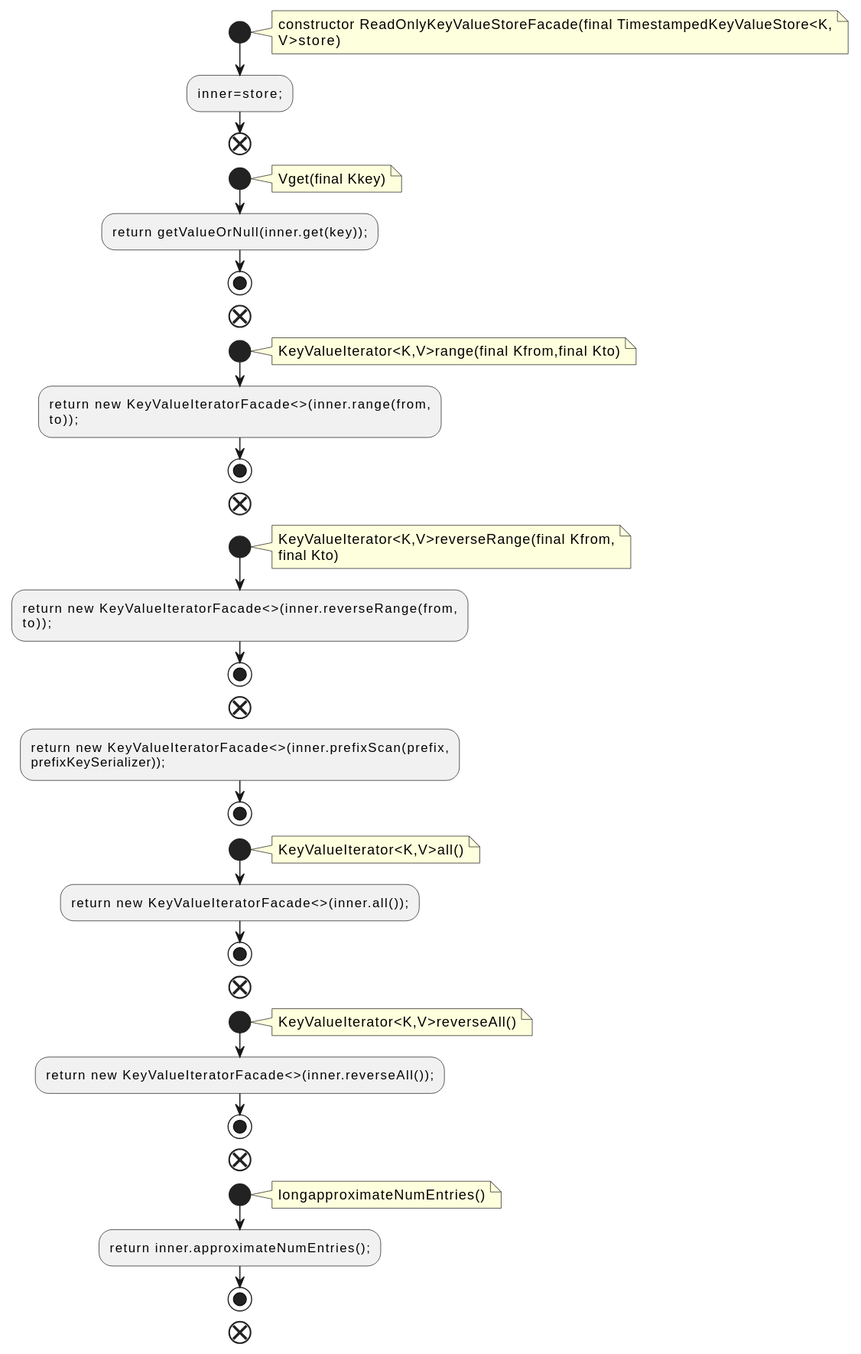
This is docs/qc/streams/src/main/java/org/apache/kafka/streams/state/internals/ReadOnlyKeyValueStoreFacade.java.fct.svg from qualitesys/kafka, a PlantUML export, as it was before one commit. Source of this version:
```plantuml
@startuml
!pragma layout smetana
start
note right
constructor ReadOnlyKeyValueStoreFacade(final TimestampedKeyValueStore<K,
V>store)
end note
:inner=store;;
end
start
note right
Vget(final Kkey)
end note
:return getValueOrNull(inner.get(key));;
stop
end
start
note right
KeyValueIterator<K,V>range(final Kfrom,final Kto)
end note
:return new KeyValueIteratorFacade<>(inner.range(from,
to));;
stop
end
start
note right
KeyValueIterator<K,V>reverseRange(final Kfrom,
final Kto)
end note
:return new KeyValueIteratorFacade<>(inner.reverseRange(from,
to));;
stop
end
:return new KeyValueIteratorFacade<>(inner.prefixScan(prefix,
prefixKeySerializer));;
stop
start
note right
KeyValueIterator<K,V>all()
end note
:return new KeyValueIteratorFacade<>(inner.all());;
stop
end
start
note right
KeyValueIterator<K,V>reverseAll()
end note
:return new KeyValueIteratorFacade<>(inner.reverseAll());;
stop
end
start
note right
longapproximateNumEntries()
end note
:return inner.approximateNumEntries();;
stop
end
@enduml
```
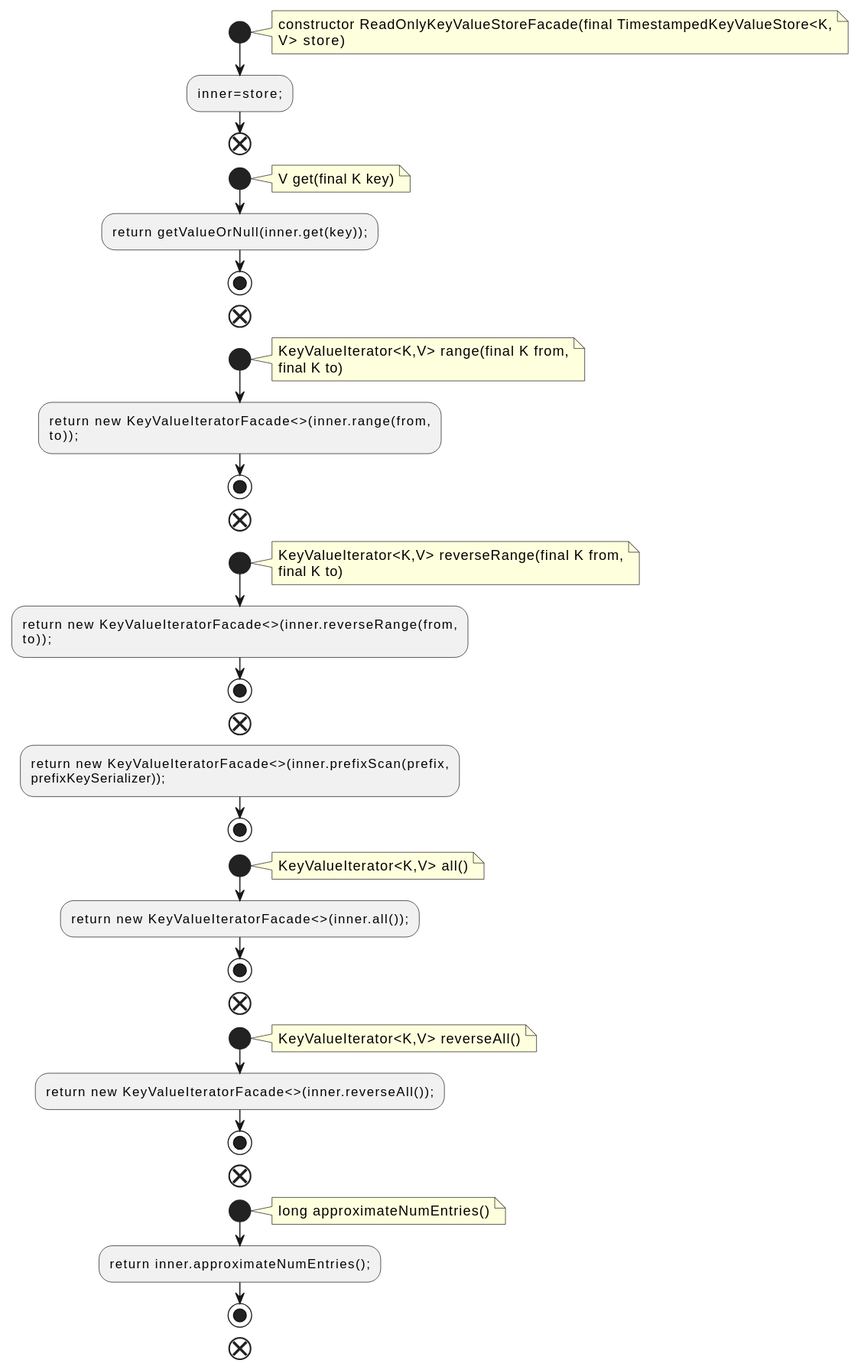
Above is the later version.

Diff of the diagram source:
```diff
@@ -3,20 +3,21 @@
 start
 note right
 constructor ReadOnlyKeyValueStoreFacade(final TimestampedKeyValueStore<K,
-V>store)
+V> store)
 end note
 :inner=store;;
 end
 start
 note right
-Vget(final Kkey)
+V get(final K key)
 end note
 :return getValueOrNull(inner.get(key));;
 stop
 end
 start
 note right
-KeyValueIterator<K,V>range(final Kfrom,final Kto)
+KeyValueIterator<K,V> range(final K from,
+final K to)
 end note
 :return new KeyValueIteratorFacade<>(inner.range(from,
 to));;
@@ -24,8 +25,8 @@
 end
 start
 note right
-KeyValueIterator<K,V>reverseRange(final Kfrom,
-final Kto)
+KeyValueIterator<K,V> reverseRange(final K from,
+final K to)
 end note
 :return new KeyValueIteratorFacade<>(inner.reverseRange(from,
 to));;
@@ -36,21 +37,21 @@
 stop
 start
 note right
-KeyValueIterator<K,V>all()
+KeyValueIterator<K,V> all()
 end note
 :return new KeyValueIteratorFacade<>(inner.all());;
 stop
 end
 start
 note right
-KeyValueIterator<K,V>reverseAll()
+KeyValueIterator<K,V> reverseAll()
 end note
 :return new KeyValueIteratorFacade<>(inner.reverseAll());;
 stop
 end
 start
 note right
-longapproximateNumEntries()
+long approximateNumEntries()
 end note
 :return inner.approximateNumEntries();;
 stop
```
